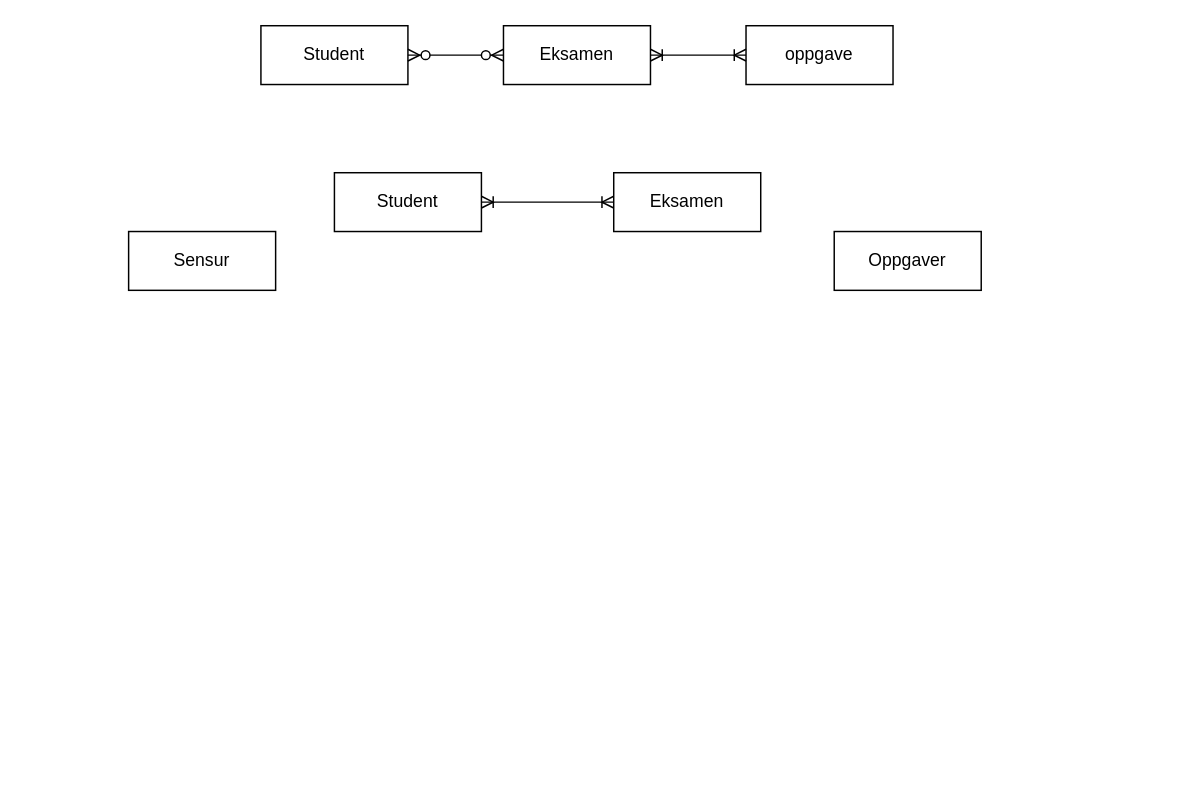
This is klasserom Diagram.drawio from angeclara/ER101, a draw.io file, before an edit. Source tidied: cells renumbered, new cells numbered last; positions are measured from the earlier drawing's top-left corner, leaving out a move shared by most shapes. Both pictures are drawn from the tidied source at 147%, with x=0, y=0 at pixel (128, 25).
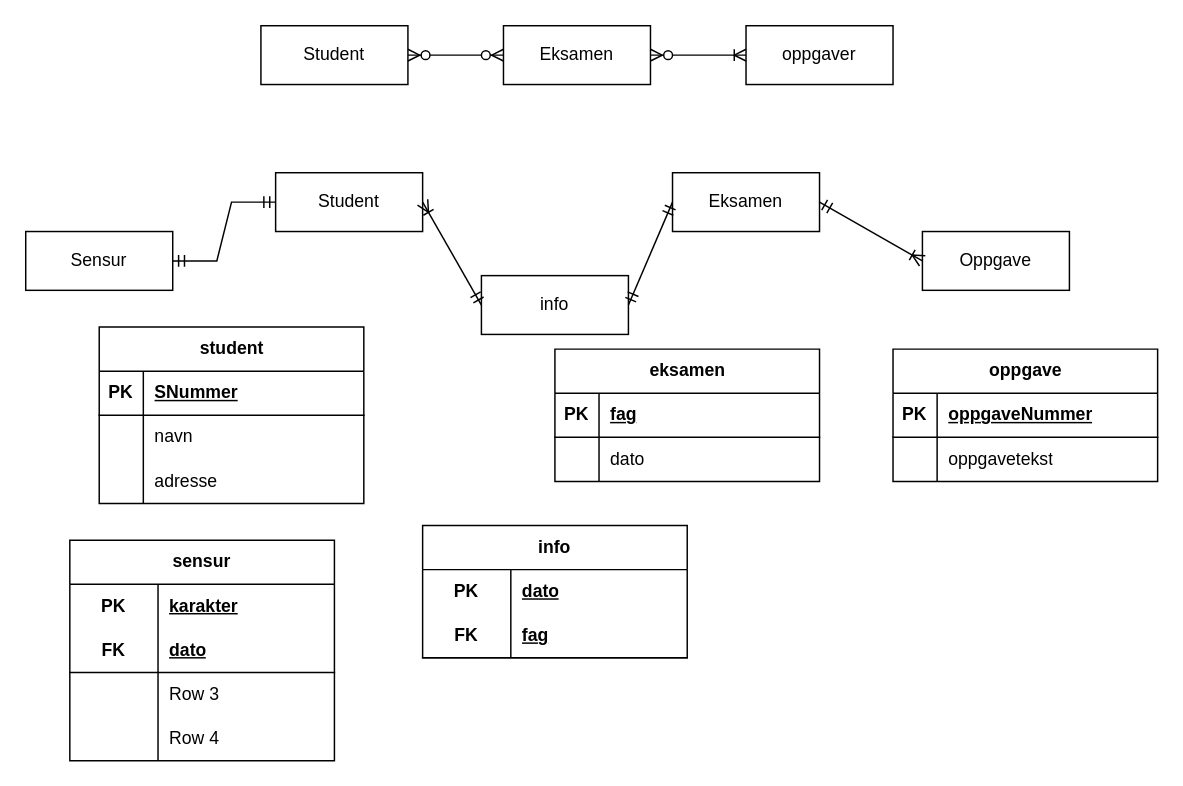
The same page after the edit.

Unchanged cells that the change refers to:
```xml
<mxCell id="3" value="Eksamen" style="whiteSpace=wrap;html=1;align=center;" parent="1" vertex="1">
  <mxGeometry x="255" width="100" height="40" as="geometry" />
</mxCell>
```

What changed in the source:
```diff
@@
-    <mxCell id="4" value="oppgave" style="whiteSpace=wrap;html=1;align=center;" parent="1" vertex="1">
+    <mxCell id="4" value="oppgaver" style="whiteSpace=wrap;html=1;align=center;" parent="1" vertex="1">
       <mxGeometry x="420" width="100" height="40" as="geometry" />
     </mxCell>
-    <mxCell id="5" value="Oppgaver" style="whiteSpace=wrap;html=1;align=center;" parent="1" vertex="1">
-      <mxGeometry x="480" y="140" width="100" height="40" as="geometry" />
+    <mxCell id="5" value="Oppgave" style="whiteSpace=wrap;html=1;align=center;" parent="1" vertex="1">
+      <mxGeometry x="540" y="140" width="100" height="40" as="geometry" />
     </mxCell>
     <mxCell id="6" value="Eksamen" style="whiteSpace=wrap;html=1;align=center;" parent="1" vertex="1">
-      <mxGeometry x="330" y="100" width="100" height="40" as="geometry" />
+      <mxGeometry x="370" y="100" width="100" height="40" as="geometry" />
     </mxCell>
     <mxCell id="7" value="Sensur" style="whiteSpace=wrap;html=1;align=center;" parent="1" vertex="1">
-      <mxGeometry y="140" width="100" height="40" as="geometry" />
+      <mxGeometry x="-70" y="140" width="100" height="40" as="geometry" />
     </mxCell>
     <mxCell id="8" value="Student" style="whiteSpace=wrap;html=1;align=center;" parent="1" vertex="1">
-      <mxGeometry x="140" y="100" width="100" height="40" as="geometry" />
+      <mxGeometry x="100" y="100" width="100" height="40" as="geometry" />
     </mxCell>
-    <mxCell id="9" style="edgeStyle=entityRelationEdgeStyle;fontSize=12;html=1;endArrow=ERoneToMany;startArrow=ERoneToMany;rounded=0;exitX=1;exitY=0.5;exitDx=0;exitDy=0;entryX=0;entryY=0.5;entryDx=0;entryDy=0;" parent="1" edge="1" source="8" target="6">
-      <mxGeometry relative="1" as="geometry" />
-    </mxCell>
@@
-    <mxCell id="11" style="edgeStyle=entityRelationEdgeStyle;fontSize=12;html=1;endArrow=ERoneToMany;startArrow=ERoneToMany;rounded=0;exitX=1;exitY=0.5;exitDx=0;exitDy=0;entryX=0;entryY=0.5;entryDx=0;entryDy=0;" parent="1" edge="1" source="3" target="4">
+    <mxCell id="11" style="edgeStyle=entityRelationEdgeStyle;fontSize=12;html=1;endArrow=ERoneToMany;startArrow=ERzeroToMany;rounded=0;exitX=1;exitY=0.5;exitDx=0;exitDy=0;entryX=0;entryY=0.5;entryDx=0;entryDy=0;" parent="1" edge="1" source="3" target="4">
       <mxGeometry relative="1" as="geometry" />
     </mxCell>
+    <mxCell id="12" value="info" style="whiteSpace=wrap;html=1;align=center;" parent="1" vertex="1">
+      <mxGeometry x="240" y="170" width="100" height="40" as="geometry" />
+    </mxCell>
+    <mxCell id="13" style="edgeStyle=entityRelationEdgeStyle;fontSize=12;html=1;endArrow=ERmandOne;startArrow=ERmandOne;rounded=0;exitX=1;exitY=0.5;exitDx=0;exitDy=0;entryX=0;entryY=0.5;entryDx=0;entryDy=0;" parent="1" edge="1" source="7" target="8">
+      <mxGeometry relative="1" as="geometry" />
+    </mxCell>
+    <mxCell id="14" style="endArrow=ERmandOne;html=1;rounded=0;exitX=1;exitY=0.5;exitDx=0;exitDy=0;entryX=0;entryY=0.5;entryDx=0;entryDy=0;endFill=0;startArrow=ERoneToMany;startFill=0;" parent="1" edge="1" source="8" target="12">
+      <mxGeometry relative="1" as="geometry" />
+    </mxCell>
+    <mxCell id="15" style="endArrow=ERmandOne;html=1;rounded=0;exitX=1;exitY=0.5;exitDx=0;exitDy=0;entryX=0;entryY=0.5;entryDx=0;entryDy=0;startArrow=ERmandOne;startFill=0;endFill=0;" parent="1" edge="1" source="12" target="6">
+      <mxGeometry relative="1" as="geometry" />
+    </mxCell>
+    <mxCell id="16" style="endArrow=ERoneToMany;html=1;rounded=0;exitX=1;exitY=0.5;exitDx=0;exitDy=0;entryX=0;entryY=0.5;entryDx=0;entryDy=0;endFill=0;startArrow=ERmandOne;startFill=0;" parent="1" edge="1" source="6" target="5">
+      <mxGeometry relative="1" as="geometry" />
+    </mxCell>
+    <mxCell id="17" value="student" style="shape=table;startSize=30;childLayout=tableLayout;rowLines=0;fontStyle=1;align=center;html=1;" parent="1" vertex="1">
+      <mxGeometry x="-20" y="205" width="180" height="120" as="geometry" />
+    </mxCell>
+    <mxCell id="18" style="shape=tableRow;horizontal=0;startSize=0;swimlaneHead=0;swimlaneBody=0;fillColor=none;top=0;left=0;right=0;bottom=1;" parent="17" vertex="1">
+      <mxGeometry y="30" width="180" height="30" as="geometry" />
+    </mxCell>
+    <mxCell id="19" value="PK" style="shape=partialRectangle;fillColor=none;top=0;left=0;bottom=0;right=0;fontStyle=1;overflow=hidden;whiteSpace=wrap;html=1;" parent="18" vertex="1">
+      <mxGeometry width="30" height="30" as="geometry" />
+    </mxCell>
+    <mxCell id="20" value="SNummer" style="shape=partialRectangle;fillColor=none;top=0;left=0;bottom=0;right=0;align=left;spacingLeft=6;fontStyle=5;overflow=hidden;whiteSpace=wrap;html=1;" parent="18" vertex="1">
+      <mxGeometry x="30" width="150" height="30" as="geometry" />
+    </mxCell>
+    <mxCell id="21" style="shape=tableRow;horizontal=0;startSize=0;swimlaneHead=0;swimlaneBody=0;fillColor=none;top=0;left=0;right=0;bottom=0;" parent="17" vertex="1">
+      <mxGeometry y="60" width="180" height="30" as="geometry" />
+    </mxCell>
+    <mxCell id="22" style="shape=partialRectangle;fillColor=none;top=0;left=0;bottom=0;right=0;overflow=hidden;whiteSpace=wrap;html=1;" parent="21" vertex="1">
+      <mxGeometry width="30" height="30" as="geometry" />
+    </mxCell>
+    <mxCell id="23" value="navn" style="shape=partialRectangle;fillColor=none;top=0;left=0;bottom=0;right=0;align=left;spacingLeft=6;overflow=hidden;whiteSpace=wrap;html=1;" parent="21" vertex="1">
+      <mxGeometry x="30" width="150" height="30" as="geometry" />
+    </mxCell>
+    <mxCell id="24" style="shape=tableRow;horizontal=0;startSize=0;swimlaneHead=0;swimlaneBody=0;fillColor=none;top=0;left=0;right=0;bottom=0;" parent="17" vertex="1">
+      <mxGeometry y="90" width="180" height="30" as="geometry" />
+    </mxCell>
+    <mxCell id="25" style="shape=partialRectangle;fillColor=none;top=0;left=0;bottom=0;right=0;overflow=hidden;whiteSpace=wrap;html=1;" parent="24" vertex="1">
+      <mxGeometry width="30" height="30" as="geometry" />
+    </mxCell>
+    <mxCell id="26" value="adresse" style="shape=partialRectangle;fillColor=none;top=0;left=0;bottom=0;right=0;align=left;spacingLeft=6;overflow=hidden;whiteSpace=wrap;html=1;" parent="24" vertex="1">
+      <mxGeometry x="30" width="150" height="30" as="geometry" />
+    </mxCell>
+    <mxCell id="27" value="eksamen" style="shape=table;startSize=30;childLayout=tableLayout;rowLines=0;fontStyle=1;align=center;html=1;" parent="1" vertex="1">
+      <mxGeometry x="290" y="220" width="180" height="90" as="geometry" />
+    </mxCell>
+    <mxCell id="28" style="shape=tableRow;horizontal=0;startSize=0;swimlaneHead=0;swimlaneBody=0;fillColor=none;top=0;left=0;right=0;bottom=1;" parent="27" vertex="1">
+      <mxGeometry y="30" width="180" height="30" as="geometry" />
+    </mxCell>
+    <mxCell id="29" value="PK" style="shape=partialRectangle;fillColor=none;top=0;left=0;bottom=0;right=0;fontStyle=1;overflow=hidden;whiteSpace=wrap;html=1;" parent="28" vertex="1">
+      <mxGeometry width="30" height="30" as="geometry" />
+    </mxCell>
+    <mxCell id="30" value="fag" style="shape=partialRectangle;fillColor=none;top=0;left=0;bottom=0;right=0;align=left;spacingLeft=6;fontStyle=5;overflow=hidden;whiteSpace=wrap;html=1;" parent="28" vertex="1">
+      <mxGeometry x="30" width="150" height="30" as="geometry" />
+    </mxCell>
+    <mxCell id="31" style="shape=tableRow;horizontal=0;startSize=0;swimlaneHead=0;swimlaneBody=0;fillColor=none;top=0;left=0;right=0;bottom=0;" parent="27" vertex="1">
+      <mxGeometry y="60" width="180" height="30" as="geometry" />
+    </mxCell>
+    <mxCell id="32" style="shape=partialRectangle;fillColor=none;top=0;left=0;bottom=0;right=0;overflow=hidden;whiteSpace=wrap;html=1;" parent="31" vertex="1">
+      <mxGeometry width="30" height="30" as="geometry" />
+    </mxCell>
+    <mxCell id="33" value="dato" style="shape=partialRectangle;fillColor=none;top=0;left=0;bottom=0;right=0;align=left;spacingLeft=6;overflow=hidden;whiteSpace=wrap;html=1;" parent="31" vertex="1">
+      <mxGeometry x="30" width="150" height="30" as="geometry" />
+    </mxCell>
+    <mxCell id="34" value="oppgave" style="shape=table;startSize=30;childLayout=tableLayout;rowLines=0;fontStyle=1;align=center;html=1;" parent="1" vertex="1">
+      <mxGeometry x="520" y="220" width="180" height="90" as="geometry" />
+    </mxCell>
+    <mxCell id="35" style="shape=tableRow;horizontal=0;startSize=0;swimlaneHead=0;swimlaneBody=0;fillColor=none;top=0;left=0;right=0;bottom=1;" parent="34" vertex="1">
+      <mxGeometry y="30" width="180" height="30" as="geometry" />
+    </mxCell>
+    <mxCell id="36" value="PK" style="shape=partialRectangle;fillColor=none;top=0;left=0;bottom=0;right=0;fontStyle=1;overflow=hidden;whiteSpace=wrap;html=1;" parent="35" vertex="1">
+      <mxGeometry width="30" height="30" as="geometry" />
+    </mxCell>
+    <mxCell id="37" value="oppgaveNummer" style="shape=partialRectangle;fillColor=none;top=0;left=0;bottom=0;right=0;align=left;spacingLeft=6;fontStyle=5;overflow=hidden;whiteSpace=wrap;html=1;" parent="35" vertex="1">
+      <mxGeometry x="30" width="150" height="30" as="geometry" />
+    </mxCell>
+    <mxCell id="38" style="shape=tableRow;horizontal=0;startSize=0;swimlaneHead=0;swimlaneBody=0;fillColor=none;top=0;left=0;right=0;bottom=0;" parent="34" vertex="1">
+      <mxGeometry y="60" width="180" height="30" as="geometry" />
+    </mxCell>
+    <mxCell id="39" style="shape=partialRectangle;fillColor=none;top=0;left=0;bottom=0;right=0;overflow=hidden;whiteSpace=wrap;html=1;" parent="38" vertex="1">
+      <mxGeometry width="30" height="30" as="geometry" />
+    </mxCell>
+    <mxCell id="40" value="oppgavetekst" style="shape=partialRectangle;fillColor=none;top=0;left=0;bottom=0;right=0;align=left;spacingLeft=6;overflow=hidden;whiteSpace=wrap;html=1;" parent="38" vertex="1">
+      <mxGeometry x="30" width="150" height="30" as="geometry" />
+    </mxCell>
+    <mxCell id="41" value="info" style="shape=table;startSize=30;childLayout=tableLayout;rowLines=0;fontStyle=1;align=center;html=1;whiteSpace=wrap;" parent="1" vertex="1">
+      <mxGeometry x="200" y="340" width="180" height="90" as="geometry" />
+    </mxCell>
+    <mxCell id="42" style="shape=tableRow;horizontal=0;startSize=0;swimlaneHead=0;swimlaneBody=0;fillColor=none;top=0;left=0;right=0;bottom=0;html=1;" parent="41" vertex="1">
+      <mxGeometry y="30" width="180" height="30" as="geometry" />
+    </mxCell>
+    <mxCell id="43" value="PK" style="shape=partialRectangle;fillColor=none;top=0;left=0;bottom=0;right=0;fontStyle=1;overflow=hidden;html=1;whiteSpace=wrap;" parent="42" vertex="1">
+      <mxGeometry width="60" height="30" as="geometry" />
+    </mxCell>
+    <mxCell id="44" value="dato" style="shape=partialRectangle;fillColor=none;top=0;left=0;bottom=0;right=0;align=left;spacingLeft=6;fontStyle=5;overflow=hidden;html=1;whiteSpace=wrap;" parent="42" vertex="1">
+      <mxGeometry x="60" width="120" height="30" as="geometry" />
+    </mxCell>
+    <mxCell id="45" style="shape=tableRow;horizontal=0;startSize=0;swimlaneHead=0;swimlaneBody=0;fillColor=none;top=0;left=0;right=0;bottom=1;html=1;" parent="41" vertex="1">
+      <mxGeometry y="60" width="180" height="30" as="geometry" />
+    </mxCell>
+    <mxCell id="46" value="FK" style="shape=partialRectangle;fillColor=none;top=0;left=0;bottom=0;right=0;fontStyle=1;overflow=hidden;html=1;whiteSpace=wrap;" parent="45" vertex="1">
+      <mxGeometry width="60" height="30" as="geometry" />
+    </mxCell>
+    <mxCell id="47" value="fag" style="shape=partialRectangle;fillColor=none;top=0;left=0;bottom=0;right=0;align=left;spacingLeft=6;fontStyle=5;overflow=hidden;html=1;whiteSpace=wrap;" parent="45" vertex="1">
+      <mxGeometry x="60" width="120" height="30" as="geometry" />
+    </mxCell>
+    <mxCell id="48" value="sensur" style="shape=table;startSize=30;childLayout=tableLayout;rowLines=0;fontStyle=1;align=center;html=1;whiteSpace=wrap;" parent="1" vertex="1">
+      <mxGeometry x="-40" y="350" width="180" height="150" as="geometry" />
+    </mxCell>
+    <mxCell id="49" style="shape=tableRow;horizontal=0;startSize=0;swimlaneHead=0;swimlaneBody=0;fillColor=none;top=0;left=0;right=0;bottom=0;html=1;" parent="48" vertex="1">
+      <mxGeometry y="30" width="180" height="30" as="geometry" />
+    </mxCell>
+    <mxCell id="50" value="PK" style="shape=partialRectangle;fillColor=none;top=0;left=0;bottom=0;right=0;fontStyle=1;overflow=hidden;html=1;whiteSpace=wrap;" parent="49" vertex="1">
+      <mxGeometry width="60" height="30" as="geometry" />
+    </mxCell>
+    <mxCell id="51" value="karakter" style="shape=partialRectangle;fillColor=none;top=0;left=0;bottom=0;right=0;align=left;spacingLeft=6;fontStyle=5;overflow=hidden;html=1;whiteSpace=wrap;" parent="49" vertex="1">
+      <mxGeometry x="60" width="120" height="30" as="geometry" />
+    </mxCell>
+    <mxCell id="52" style="shape=tableRow;horizontal=0;startSize=0;swimlaneHead=0;swimlaneBody=0;fillColor=none;top=0;left=0;right=0;bottom=1;html=1;" parent="48" vertex="1">
+      <mxGeometry y="60" width="180" height="30" as="geometry" />
+    </mxCell>
+    <mxCell id="53" value="FK" style="shape=partialRectangle;fillColor=none;top=0;left=0;bottom=0;right=0;fontStyle=1;overflow=hidden;html=1;whiteSpace=wrap;" parent="52" vertex="1">
+      <mxGeometry width="60" height="30" as="geometry" />
+    </mxCell>
+    <mxCell id="54" value="dato" style="shape=partialRectangle;fillColor=none;top=0;left=0;bottom=0;right=0;align=left;spacingLeft=6;fontStyle=5;overflow=hidden;html=1;whiteSpace=wrap;" parent="52" vertex="1">
+      <mxGeometry x="60" width="120" height="30" as="geometry" />
+    </mxCell>
+    <mxCell id="55" style="shape=tableRow;horizontal=0;startSize=0;swimlaneHead=0;swimlaneBody=0;fillColor=none;top=0;left=0;right=0;bottom=0;html=1;" parent="48" vertex="1">
+      <mxGeometry y="90" width="180" height="30" as="geometry" />
+    </mxCell>
+    <mxCell id="56" style="shape=partialRectangle;fillColor=none;top=0;left=0;bottom=0;right=0;overflow=hidden;html=1;whiteSpace=wrap;" parent="55" vertex="1">
+      <mxGeometry width="60" height="30" as="geometry" />
+    </mxCell>
+    <mxCell id="57" value="Row 3" style="shape=partialRectangle;fillColor=none;top=0;left=0;bottom=0;right=0;align=left;spacingLeft=6;overflow=hidden;html=1;whiteSpace=wrap;" parent="55" vertex="1">
+      <mxGeometry x="60" width="120" height="30" as="geometry" />
+    </mxCell>
+    <mxCell id="58" style="shape=tableRow;horizontal=0;startSize=0;swimlaneHead=0;swimlaneBody=0;fillColor=none;top=0;left=0;right=0;bottom=0;html=1;" parent="48" vertex="1">
+      <mxGeometry y="120" width="180" height="30" as="geometry" />
+    </mxCell>
+    <mxCell id="59" style="shape=partialRectangle;fillColor=none;top=0;left=0;bottom=0;right=0;overflow=hidden;html=1;whiteSpace=wrap;" parent="58" vertex="1">
+      <mxGeometry width="60" height="30" as="geometry" />
+    </mxCell>
+    <mxCell id="60" value="Row 4" style="shape=partialRectangle;fillColor=none;top=0;left=0;bottom=0;right=0;align=left;spacingLeft=6;overflow=hidden;html=1;whiteSpace=wrap;" parent="58" vertex="1">
+      <mxGeometry x="60" width="120" height="30" as="geometry" />
+    </mxCell>
```
